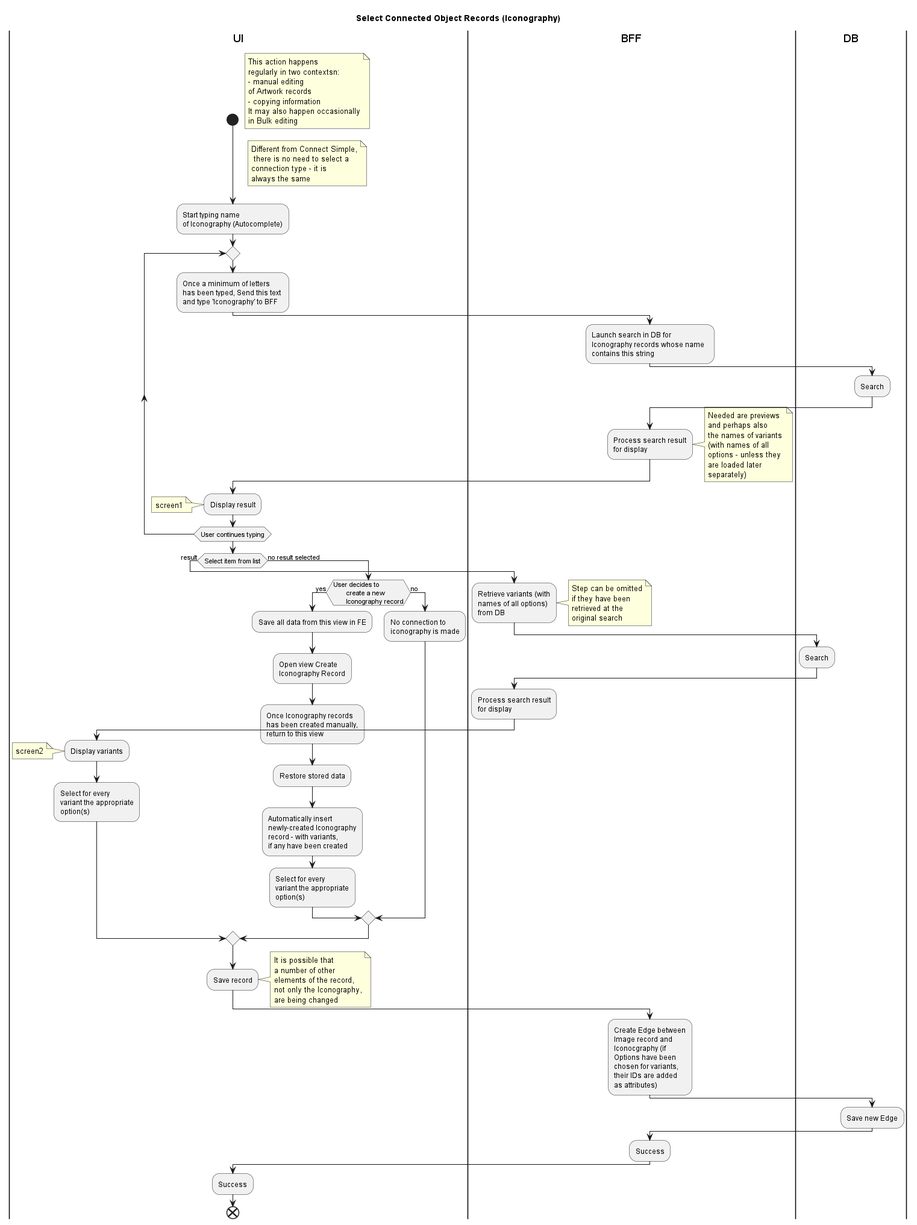
tmasch/bpf_be keeps this PlantUML diagram as documentation/readme_diagrams/connect_iconography.png. Above is the earlier version.
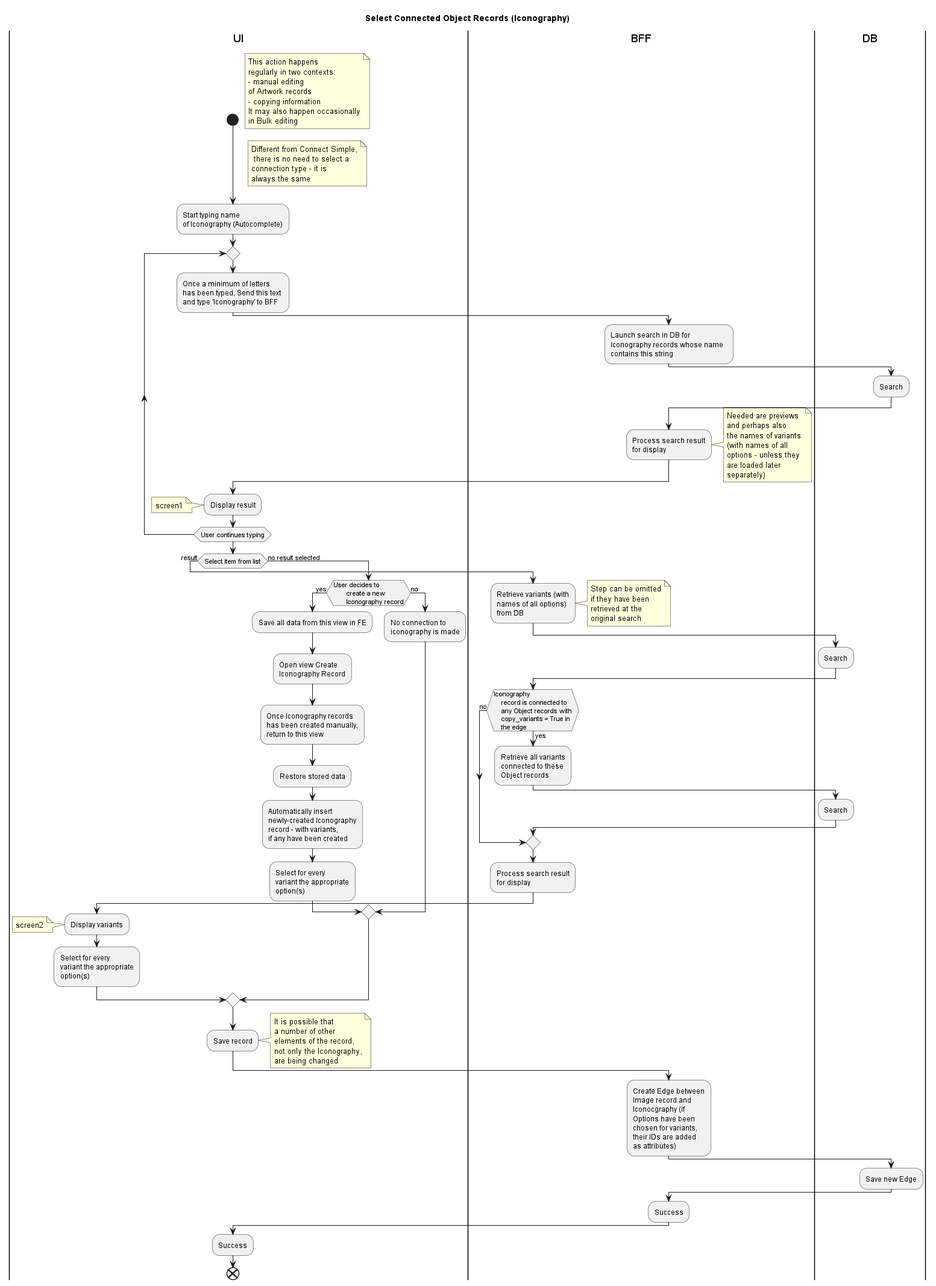
Later version of the same file.

Diff of the diagram source:
```diff
@@ -5,7 +5,7 @@
 start
 note right
 This action happens
-regularly in two contextsn:
+regularly in two contexts:
 - manual editing
 of Artwork records
 - copying information
@@ -66,6 +66,20 @@
     |DB|
     :Search;
     |BFF|
+    if (Iconography
+    record is connected to
+    any Object records with
+    copy_variants = True in
+    the edge) then (yes)
+        :Retrieve all variants
+        connected to these
+        Object records;
+        |DB|
+        :Search;
+        |BFF|
+        else (no)
+    end if
+
     :Process search result
     for display;
     |UI|
```
